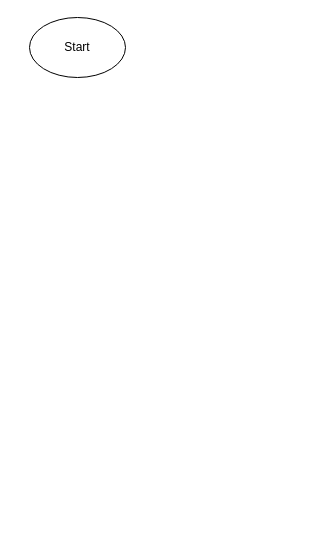
Above: diagrams/CharacterInput.drawio in OliverB21/UFCFCU-30-1 (draw.io), before the change. Source tidied: cells renumbered, new cells numbered last; positions are measured from the earlier drawing's top-left corner, leaving out a move shared by most shapes. Both pictures are drawn from the tidied source at 100%, with x=0, y=0 at pixel (29, 17).
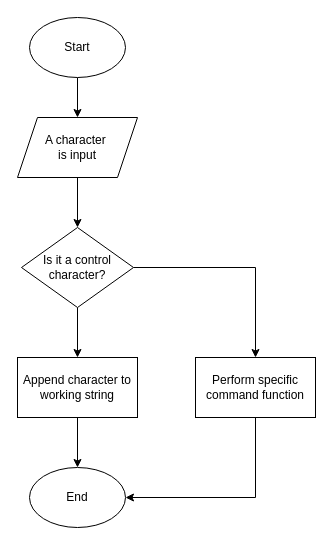
The same diagram, later.

Change to the diagram source:
```diff
@@
 <mxGraphModel>
   <root>
     <mxCell id="0" />
     <mxCell id="1" parent="0" />
+    <mxCell id="3" style="edgeStyle=orthogonalEdgeStyle;rounded=0;jettySize=auto;html=1;entryX=0.5;entryY=0;entryDx=0;entryDy=0;" parent="1" edge="1" source="2" target="5">
+      <mxGeometry relative="1" as="geometry" />
+    </mxCell>
     <mxCell id="2" value="Start" style="ellipse;whiteSpace=wrap;html=1;" parent="1" vertex="1">
       <mxGeometry width="96" height="60" as="geometry" />
     </mxCell>
+    <mxCell id="4" style="edgeStyle=orthogonalEdgeStyle;rounded=0;jettySize=auto;html=1;entryX=0.5;entryY=0;entryDx=0;entryDy=0;" parent="1" edge="1" source="5" target="8">
+      <mxGeometry relative="1" as="geometry" />
+    </mxCell>
+    <mxCell id="5" value="&lt;div&gt;A character&amp;nbsp;&lt;/div&gt;&lt;div&gt;is input&lt;/div&gt;" style="shape=parallelogram;perimeter=parallelogramPerimeter;whiteSpace=wrap;html=1;fixedSize=1;" parent="1" vertex="1">
+      <mxGeometry x="-12" y="100" width="120" height="60" as="geometry" />
+    </mxCell>
+    <mxCell id="6" style="edgeStyle=orthogonalEdgeStyle;rounded=0;jettySize=auto;html=1;entryX=0.5;entryY=0;entryDx=0;entryDy=0;" parent="1" edge="1" source="8" target="10">
+      <mxGeometry relative="1" as="geometry" />
+    </mxCell>
+    <mxCell id="7" style="edgeStyle=orthogonalEdgeStyle;rounded=0;jettySize=auto;html=1;entryX=0.5;entryY=0;entryDx=0;entryDy=0;" parent="1" edge="1" source="8" target="12">
+      <mxGeometry relative="1" as="geometry" />
+    </mxCell>
+    <mxCell id="8" value="Is it a control character?" style="rhombus;whiteSpace=wrap;html=1;" parent="1" vertex="1">
+      <mxGeometry x="-8" y="210" width="112" height="80" as="geometry" />
+    </mxCell>
+    <mxCell id="9" style="edgeStyle=orthogonalEdgeStyle;rounded=0;jettySize=auto;html=1;entryX=0.5;entryY=0;entryDx=0;entryDy=0;" parent="1" edge="1" source="10" target="13">
+      <mxGeometry relative="1" as="geometry" />
+    </mxCell>
+    <mxCell id="10" value="Append character to working string" style="rounded=0;whiteSpace=wrap;html=1;" parent="1" vertex="1">
+      <mxGeometry x="-12" y="340" width="120" height="60" as="geometry" />
+    </mxCell>
+    <mxCell id="11" style="edgeStyle=orthogonalEdgeStyle;rounded=0;jettySize=auto;html=1;entryX=1;entryY=0.5;entryDx=0;entryDy=0;" parent="1" edge="1" source="12" target="13">
+      <mxGeometry relative="1" as="geometry">
+        <Array as="points">
+          <mxPoint x="226" y="480" />
+        </Array>
+      </mxGeometry>
+    </mxCell>
+    <mxCell id="12" value="Perform specific command function" style="rounded=0;whiteSpace=wrap;html=1;" parent="1" vertex="1">
+      <mxGeometry x="166" y="340" width="120" height="60" as="geometry" />
+    </mxCell>
+    <mxCell id="13" value="&lt;div&gt;End&lt;/div&gt;" style="ellipse;whiteSpace=wrap;html=1;" parent="1" vertex="1">
+      <mxGeometry y="450" width="96" height="60" as="geometry" />
+    </mxCell>
   </root>
 </mxGraphModel>
```
